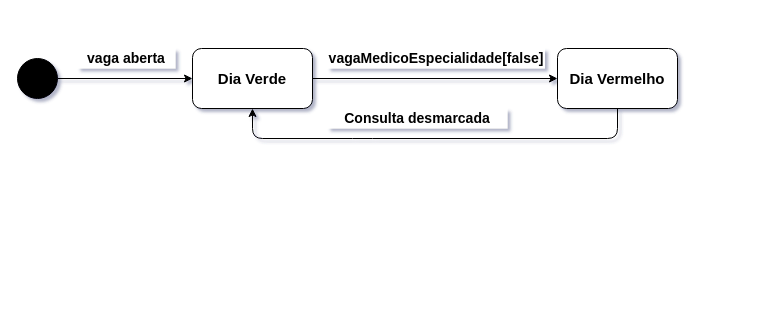
getSierralta/Si-Centro-Hospitalar-Upskill keeps this draw.io diagram as DiagramaDeEstados-CoresDoCalendario.drawio. Above is the earlier version. Source tidied: cells renumbered, new cells numbered last; positions are measured from the earlier drawing's top-left corner, leaving out a move shared by most shapes. Both pictures are drawn from the tidied source at 100%, with x=0, y=0 at pixel (17, 48).
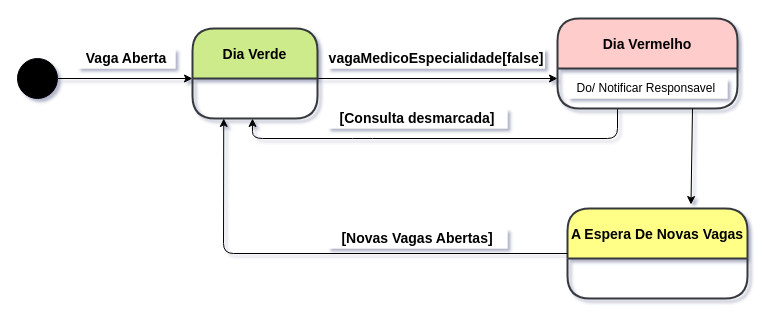
The same page after the edit.

The change refers to these unchanged cells:
```xml
<mxCell id="8" style="ellipse;whiteSpace=wrap;html=1;fillColor=#000000;" parent="1" vertex="1">
  <mxGeometry y="10" width="40" height="40" as="geometry" />
</mxCell>
```

The edit, as a diff of the source:
```diff
@@
-    <mxCell id="2" style="rounded=1;whiteSpace=wrap;html=1;" parent="1" vertex="1">
-      <mxGeometry x="175" width="120" height="60" as="geometry" />
-    </mxCell>
-    <mxCell id="3" value="&lt;b&gt;&lt;font style=&quot;font-size: 15px&quot;&gt;Dia Verde&lt;/font&gt;&lt;/b&gt;" style="text;html=1;strokeColor=none;fillColor=none;align=center;verticalAlign=middle;whiteSpace=wrap;rounded=0;" parent="1" vertex="1">
-      <mxGeometry x="175" y="20" width="120" height="20" as="geometry" />
-    </mxCell>
-    <mxCell id="4" style="endArrow=classic;html=1;exitX=1;exitY=0.5;exitDx=0;exitDy=0;entryX=0;entryY=0.5;entryDx=0;entryDy=0;" parent="1" edge="1" source="3" target="5">
-      <mxGeometry relative="1" as="geometry" />
+    <mxCell id="4" style="endArrow=classic;html=1;exitX=1;exitY=0.5;exitDx=0;exitDy=0;entryX=0;entryY=0.5;entryDx=0;entryDy=0;" parent="1" edge="1">
+      <mxGeometry relative="1" as="geometry">
+        <mxPoint x="295" y="30" as="sourcePoint" />
+        <mxPoint x="540" y="30" as="targetPoint" />
+      </mxGeometry>
     </mxCell>
-    <mxCell id="5" style="rounded=1;whiteSpace=wrap;html=1;" parent="1" vertex="1">
-      <mxGeometry x="540" width="120" height="60" as="geometry" />
-    </mxCell>
-    <mxCell id="6" value="&lt;b&gt;&lt;font style=&quot;font-size: 15px&quot;&gt;Dia Vermelho&lt;/font&gt;&lt;/b&gt;" style="text;html=1;strokeColor=none;fillColor=none;align=center;verticalAlign=middle;whiteSpace=wrap;rounded=0;" parent="1" vertex="1">
-      <mxGeometry x="540" y="20" width="120" height="20" as="geometry" />
-    </mxCell>
-    <mxCell id="7" style="endArrow=classic;html=1;exitX=1;exitY=0.5;exitDx=0;exitDy=0;" parent="1" edge="1" source="8" target="2">
-      <mxGeometry relative="1" as="geometry" />
+    <mxCell id="7" style="endArrow=classic;html=1;exitX=1;exitY=0.5;exitDx=0;exitDy=0;" parent="1" edge="1" source="8">
+      <mxGeometry relative="1" as="geometry">
+        <mxPoint x="175" y="30" as="targetPoint" />
+      </mxGeometry>
     </mxCell>
@@
-    <mxCell id="9" style="endArrow=classic;html=1;exitX=0.5;exitY=1;exitDx=0;exitDy=0;entryX=0.5;entryY=1;entryDx=0;entryDy=0;" parent="1" edge="1" source="5" target="2">
+    <mxCell id="9" style="endArrow=classic;html=1;exitX=0.5;exitY=1;exitDx=0;exitDy=0;" parent="1" edge="1">
       <mxGeometry relative="1" as="geometry">
+        <mxPoint x="600" y="60" as="sourcePoint" />
+        <mxPoint x="235" y="70" as="targetPoint" />
         <Array as="points">
           <mxPoint x="600" y="90" />
           <mxPoint x="345" y="90" />
           <mxPoint x="235" y="90" />
         </Array>
       </mxGeometry>
     </mxCell>
-    <mxCell id="10" value="&lt;span style=&quot;font-size: 14px&quot;&gt;&lt;b&gt;vaga aberta&lt;/b&gt;&lt;/span&gt;" style="text;html=1;strokeColor=none;align=center;verticalAlign=middle;whiteSpace=wrap;rounded=0;fillColor=#ffffff;" parent="1" vertex="1">
+    <mxCell id="10" value="&lt;span style=&quot;font-size: 14px&quot;&gt;&lt;b&gt;Vaga Aberta&lt;/b&gt;&lt;/span&gt;" style="text;html=1;strokeColor=none;align=center;verticalAlign=middle;whiteSpace=wrap;rounded=0;fillColor=#ffffff;" parent="1" vertex="1">
       <mxGeometry x="60" width="98" height="20" as="geometry" />
     </mxCell>
@@
-    <mxCell id="12" value="&lt;span style=&quot;font-size: 14px&quot;&gt;&lt;b&gt;Consulta desmarcada&lt;/b&gt;&lt;/span&gt;" style="text;html=1;strokeColor=none;align=center;verticalAlign=middle;whiteSpace=wrap;rounded=0;fillColor=#ffffff;" parent="1" vertex="1">
+    <mxCell id="12" value="&lt;span style=&quot;font-size: 14px&quot;&gt;&lt;b&gt;[Consulta desmarcada]&lt;/b&gt;&lt;/span&gt;" style="text;html=1;strokeColor=none;align=center;verticalAlign=middle;whiteSpace=wrap;rounded=0;fillColor=#ffffff;" parent="1" vertex="1">
       <mxGeometry x="310" y="60" width="180" height="20" as="geometry" />
     </mxCell>
+    <mxCell id="3" value="Dia Verde" style="swimlane;horizontal=1;startSize=50;rounded=1;fontSize=14;fontStyle=1;strokeWidth=2;shadow=0;dashed=0;align=center;fillColor=#cdeb8b;strokeColor=#36393d;" parent="1" vertex="1">
+      <mxGeometry x="175" y="-20" width="125" height="90" as="geometry" />
+    </mxCell>
+    <mxCell id="6" value="Dia Vermelho" style="swimlane;horizontal=1;startSize=50;rounded=1;fontSize=14;fontStyle=1;strokeWidth=2;shadow=0;dashed=0;align=center;fillColor=#ffcccc;strokeColor=#36393d;" parent="1" vertex="1">
+      <mxGeometry x="540" y="-30" width="180" height="90" as="geometry" />
+    </mxCell>
+    <mxCell id="13" value="Do/ Notificar Responsavel&amp;nbsp;" style="text;html=1;align=center;verticalAlign=middle;fillColor=#ffffff;" parent="1" vertex="1">
+      <mxGeometry x="550" y="30" width="160" height="20" as="geometry" />
+    </mxCell>
+    <mxCell id="14" value="A Espera De Novas Vagas" style="swimlane;horizontal=1;startSize=50;rounded=1;fontSize=14;fontStyle=1;strokeWidth=2;shadow=0;dashed=0;align=center;fillColor=#ffff88;strokeColor=#36393d;" parent="1" vertex="1">
+      <mxGeometry x="550" y="160" width="180" height="90" as="geometry" />
+    </mxCell>
+    <mxCell id="15" style="endArrow=classic;html=1;exitX=0.75;exitY=1;exitDx=0;exitDy=0;entryX=0.686;entryY=-0.044;entryDx=0;entryDy=0;entryPerimeter=0;" parent="1" edge="1" source="6" target="14">
+      <mxGeometry relative="1" as="geometry" />
+    </mxCell>
+    <mxCell id="16" style="endArrow=classic;html=1;exitX=0;exitY=0.5;exitDx=0;exitDy=0;entryX=0.25;entryY=1;entryDx=0;entryDy=0;" parent="1" edge="1" source="14" target="3">
+      <mxGeometry relative="1" as="geometry">
+        <Array as="points">
+          <mxPoint x="206" y="205" />
+        </Array>
+      </mxGeometry>
+    </mxCell>
+    <mxCell id="17" value="&lt;span style=&quot;font-size: 14px&quot;&gt;&lt;b&gt;[Novas Vagas Abertas]&lt;/b&gt;&lt;/span&gt;" style="text;html=1;strokeColor=none;align=center;verticalAlign=middle;whiteSpace=wrap;rounded=0;fillColor=#ffffff;" parent="1" vertex="1">
+      <mxGeometry x="310" y="180" width="180" height="20" as="geometry" />
+    </mxCell>
```
